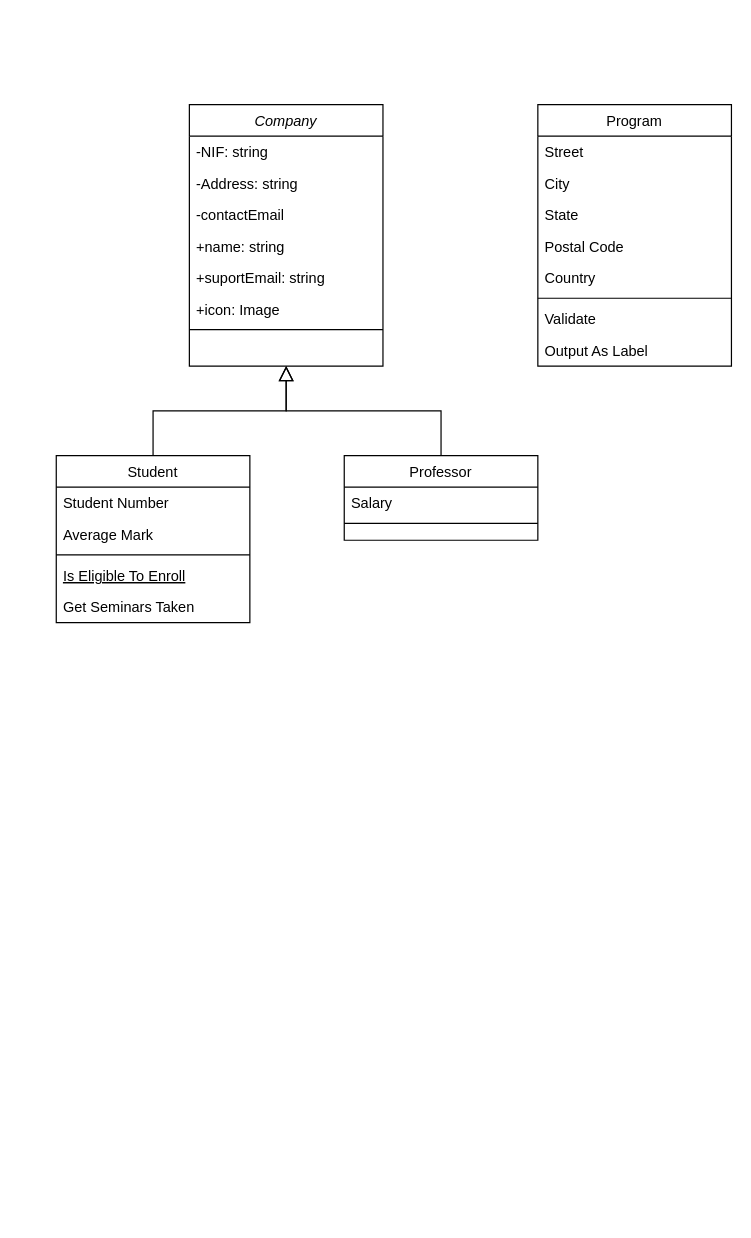
Above: M05 UF3 - P2 - Code to UML.drawio in sergilivo22/CodeToUML (draw.io), before the change. Source tidied: cells renumbered, new cells numbered last; positions are measured from the earlier drawing's top-left corner, leaving out a move shared by most shapes. Both pictures are drawn from the tidied source at 121%, with x=0, y=0 at pixel (56, 104).
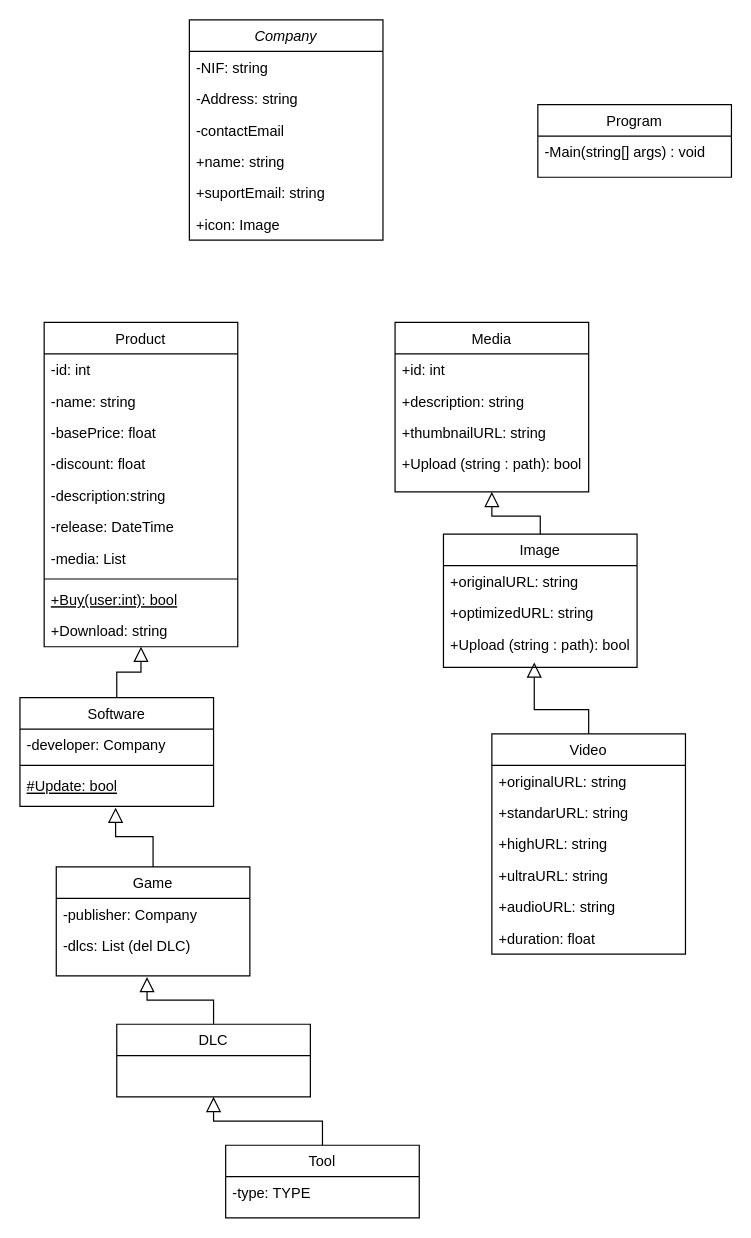
After the change.

What changed in the source:
```diff
@@
     <mxCell id="2" value="Company&#10;" style="swimlane;fontStyle=2;align=center;verticalAlign=top;horizontal=1;startSize=26;rounded=0;shadow=0;strokeWidth=1;" parent="1" vertex="1">
-      <mxGeometry x="110" width="160" height="216" as="geometry" />
+      <mxGeometry x="110" y="-70" width="160" height="182" as="geometry" />
     </mxCell>
@@
-    <mxCell id="9" style="line;html=1;strokeWidth=1;align=left;verticalAlign=middle;spacingTop=-1;spacingLeft=3;spacingRight=3;labelPosition=right;" parent="2" vertex="1">
-      <mxGeometry y="182" width="160" height="8" as="geometry" />
-    </mxCell>
-    <mxCell id="10" value="Student" style="swimlane;fontStyle=0;align=center;verticalAlign=top;horizontal=1;startSize=26;rounded=0;shadow=0;strokeWidth=1;" parent="1" vertex="1">
-      <mxGeometry y="290" width="160" height="138" as="geometry" />
+    <mxCell id="10" value="Product" style="swimlane;fontStyle=0;align=center;verticalAlign=top;horizontal=1;startSize=26;rounded=0;shadow=0;strokeWidth=1;" parent="1" vertex="1">
+      <mxGeometry x="-10" y="180" width="160" height="268" as="geometry" />
     </mxCell>
-    <mxCell id="11" value="Student Number" style="text;align=left;verticalAlign=top;spacingLeft=4;spacingRight=4;overflow=hidden;" parent="10" vertex="1">
+    <mxCell id="11" value="-id: int" style="text;align=left;verticalAlign=top;spacingLeft=4;spacingRight=4;overflow=hidden;" parent="10" vertex="1">
       <mxGeometry y="26" width="160" height="26" as="geometry" />
     </mxCell>
+    <mxCell id="30" value="-name: string" style="text;align=left;verticalAlign=top;spacingLeft=4;spacingRight=4;overflow=hidden;rounded=0;shadow=0;html=0;" parent="10" vertex="1">
+      <mxGeometry y="52" width="160" height="26" as="geometry" />
+    </mxCell>
+    <mxCell id="31" value="-basePrice: float" style="text;align=left;verticalAlign=top;spacingLeft=4;spacingRight=4;overflow=hidden;rounded=0;shadow=0;html=0;" parent="10" vertex="1">
+      <mxGeometry y="78" width="160" height="26" as="geometry" />
+    </mxCell>
+    <mxCell id="32" value="-discount: float" style="text;align=left;verticalAlign=top;spacingLeft=4;spacingRight=4;overflow=hidden;rounded=0;shadow=0;html=0;" parent="10" vertex="1">
+      <mxGeometry y="104" width="160" height="26" as="geometry" />
+    </mxCell>
+    <mxCell id="33" value="-description:string" style="text;align=left;verticalAlign=top;spacingLeft=4;spacingRight=4;overflow=hidden;rounded=0;shadow=0;html=0;" parent="10" vertex="1">
+      <mxGeometry y="130" width="160" height="26" as="geometry" />
+    </mxCell>
+    <mxCell id="34" value="-release: DateTime" style="text;align=left;verticalAlign=top;spacingLeft=4;spacingRight=4;overflow=hidden;rounded=0;shadow=0;html=0;" parent="10" vertex="1">
+      <mxGeometry y="156" width="160" height="26" as="geometry" />
+    </mxCell>
-    <mxCell id="12" value="Average Mark" style="text;align=left;verticalAlign=top;spacingLeft=4;spacingRight=4;overflow=hidden;rounded=0;shadow=0;html=0;" parent="10" vertex="1">
-      <mxGeometry y="52" width="160" height="26" as="geometry" />
+    <mxCell id="12" value="-media: List" style="text;align=left;verticalAlign=top;spacingLeft=4;spacingRight=4;overflow=hidden;rounded=0;shadow=0;html=0;" parent="10" vertex="1">
+      <mxGeometry y="182" width="160" height="26" as="geometry" />
     </mxCell>
     <mxCell id="13" style="line;html=1;strokeWidth=1;align=left;verticalAlign=middle;spacingTop=-1;spacingLeft=3;spacingRight=3;labelPosition=right;" parent="10" vertex="1">
-      <mxGeometry y="78" width="160" height="8" as="geometry" />
+      <mxGeometry y="208" width="160" height="8" as="geometry" />
     </mxCell>
-    <mxCell id="14" value="Is Eligible To Enroll" style="text;align=left;verticalAlign=top;spacingLeft=4;spacingRight=4;overflow=hidden;fontStyle=4;" parent="10" vertex="1">
-      <mxGeometry y="86" width="160" height="26" as="geometry" />
+    <mxCell id="14" value="+Buy(user:int): bool" style="text;align=left;verticalAlign=top;spacingLeft=4;spacingRight=4;overflow=hidden;fontStyle=4;" parent="10" vertex="1">
+      <mxGeometry y="216" width="160" height="26" as="geometry" />
     </mxCell>
-    <mxCell id="15" value="Get Seminars Taken" style="text;align=left;verticalAlign=top;spacingLeft=4;spacingRight=4;overflow=hidden;points=[[0,0.5],[1,0.5]];portConstraint=eastwest;" parent="10" vertex="1">
-      <mxGeometry y="112" width="160" height="26" as="geometry" />
+    <mxCell id="15" value="+Download: string" style="text;align=left;verticalAlign=top;spacingLeft=4;spacingRight=4;overflow=hidden;points=[[0,0.5],[1,0.5]];portConstraint=eastwest;" parent="10" vertex="1">
+      <mxGeometry y="242" width="160" height="26" as="geometry" />
     </mxCell>
-    <mxCell id="16" style="endArrow=block;endSize=10;endFill=0;shadow=0;strokeWidth=1;rounded=0;edgeStyle=elbowEdgeStyle;elbow=vertical;" parent="1" edge="1" source="10" target="2">
-      <mxGeometry relative="1" as="geometry" />
-    </mxCell>
-    <mxCell id="17" value="Professor" style="swimlane;fontStyle=0;align=center;verticalAlign=top;horizontal=1;startSize=26;rounded=0;shadow=0;strokeWidth=1;" parent="1" vertex="1">
-      <mxGeometry x="238" y="290" width="160" height="70" as="geometry" />
-    </mxCell>
-    <mxCell id="18" value="Salary" style="text;align=left;verticalAlign=top;spacingLeft=4;spacingRight=4;overflow=hidden;" parent="17" vertex="1">
-      <mxGeometry y="26" width="160" height="26" as="geometry" />
-    </mxCell>
-    <mxCell id="19" style="line;html=1;strokeWidth=1;align=left;verticalAlign=middle;spacingTop=-1;spacingLeft=3;spacingRight=3;labelPosition=right;" parent="17" vertex="1">
-      <mxGeometry y="52" width="160" height="8" as="geometry" />
-    </mxCell>
-    <mxCell id="20" style="endArrow=block;endSize=10;endFill=0;shadow=0;strokeWidth=1;rounded=0;edgeStyle=elbowEdgeStyle;elbow=vertical;" parent="1" edge="1" source="17" target="2">
-      <mxGeometry relative="1" as="geometry" />
-    </mxCell>
     <mxCell id="21" value="Program" style="swimlane;fontStyle=0;align=center;verticalAlign=top;horizontal=1;startSize=26;rounded=0;shadow=0;strokeWidth=1;" parent="1" vertex="1">
-      <mxGeometry x="398" width="160" height="216" as="geometry" />
+      <mxGeometry x="398" width="160" height="60" as="geometry" />
     </mxCell>
-    <mxCell id="22" value="Street" style="text;align=left;verticalAlign=top;spacingLeft=4;spacingRight=4;overflow=hidden;" parent="21" vertex="1">
+    <mxCell id="22" value="-Main(string[] args) : void" style="text;align=left;verticalAlign=top;spacingLeft=4;spacingRight=4;overflow=hidden;" parent="21" vertex="1">
       <mxGeometry y="26" width="160" height="26" as="geometry" />
     </mxCell>
-    <mxCell id="23" value="City" style="text;align=left;verticalAlign=top;spacingLeft=4;spacingRight=4;overflow=hidden;rounded=0;shadow=0;html=0;" parent="21" vertex="1">
-      <mxGeometry y="52" width="160" height="26" as="geometry" />
-    </mxCell>
-    <mxCell id="24" value="State" style="text;align=left;verticalAlign=top;spacingLeft=4;spacingRight=4;overflow=hidden;rounded=0;shadow=0;html=0;" parent="21" vertex="1">
-      <mxGeometry y="78" width="160" height="26" as="geometry" />
-    </mxCell>
-    <mxCell id="25" value="Postal Code" style="text;align=left;verticalAlign=top;spacingLeft=4;spacingRight=4;overflow=hidden;rounded=0;shadow=0;html=0;" parent="21" vertex="1">
-      <mxGeometry y="104" width="160" height="26" as="geometry" />
-    </mxCell>
-    <mxCell id="26" value="Country" style="text;align=left;verticalAlign=top;spacingLeft=4;spacingRight=4;overflow=hidden;rounded=0;shadow=0;html=0;" parent="21" vertex="1">
-      <mxGeometry y="130" width="160" height="26" as="geometry" />
-    </mxCell>
-    <mxCell id="27" style="line;html=1;strokeWidth=1;align=left;verticalAlign=middle;spacingTop=-1;spacingLeft=3;spacingRight=3;labelPosition=right;" parent="21" vertex="1">
-      <mxGeometry y="156" width="160" height="8" as="geometry" />
-    </mxCell>
-    <mxCell id="28" value="Validate" style="text;align=left;verticalAlign=top;spacingLeft=4;spacingRight=4;overflow=hidden;" parent="21" vertex="1">
-      <mxGeometry y="164" width="160" height="26" as="geometry" />
-    </mxCell>
-    <mxCell id="29" value="Output As Label" style="text;align=left;verticalAlign=top;spacingLeft=4;spacingRight=4;overflow=hidden;" parent="21" vertex="1">
-      <mxGeometry y="190" width="160" height="26" as="geometry" />
-    </mxCell>
+    <mxCell id="35" value="Software" style="swimlane;fontStyle=0;align=center;verticalAlign=top;horizontal=1;startSize=26;rounded=0;shadow=0;strokeWidth=1;" parent="1" vertex="1">
+      <mxGeometry x="-30" y="490" width="160" height="90" as="geometry" />
+    </mxCell>
+    <mxCell id="36" value="-developer: Company" style="text;align=left;verticalAlign=top;spacingLeft=4;spacingRight=4;overflow=hidden;" parent="35" vertex="1">
+      <mxGeometry y="26" width="160" height="26" as="geometry" />
+    </mxCell>
+    <mxCell id="19" style="line;html=1;strokeWidth=1;align=left;verticalAlign=middle;spacingTop=-1;spacingLeft=3;spacingRight=3;labelPosition=right;" parent="35" vertex="1">
+      <mxGeometry y="52" width="160" height="8" as="geometry" />
+    </mxCell>
+    <mxCell id="37" value="#Update: bool" style="text;align=left;verticalAlign=top;spacingLeft=4;spacingRight=4;overflow=hidden;points=[[0,0.5],[1,0.5]];portConstraint=eastwest;fontStyle=4;" parent="35" vertex="1">
+      <mxGeometry y="60" width="160" height="26" as="geometry" />
+    </mxCell>
+    <mxCell id="38" style="endArrow=block;endSize=10;endFill=0;shadow=0;strokeWidth=1;rounded=0;edgeStyle=elbowEdgeStyle;elbow=vertical;exitX=0.5;exitY=0;exitDx=0;exitDy=0;" parent="1" edge="1" source="35" target="15">
+      <mxGeometry relative="1" as="geometry" />
+    </mxCell>
+    <mxCell id="39" value="Game" style="swimlane;fontStyle=0;align=center;verticalAlign=top;horizontal=1;startSize=26;rounded=0;shadow=0;strokeWidth=1;" parent="1" vertex="1">
+      <mxGeometry y="630" width="160" height="90" as="geometry" />
+    </mxCell>
+    <mxCell id="40" value="-publisher: Company" style="text;align=left;verticalAlign=top;spacingLeft=4;spacingRight=4;overflow=hidden;" parent="39" vertex="1">
+      <mxGeometry y="26" width="160" height="26" as="geometry" />
+    </mxCell>
+    <mxCell id="41" value="-dlcs: List (del DLC)" style="text;align=left;verticalAlign=top;spacingLeft=4;spacingRight=4;overflow=hidden;points=[[0,0.5],[1,0.5]];portConstraint=eastwest;" parent="39" vertex="1">
+      <mxGeometry y="52" width="160" height="38" as="geometry" />
+    </mxCell>
+    <mxCell id="42" style="endArrow=block;endSize=10;endFill=0;shadow=0;strokeWidth=1;rounded=0;edgeStyle=elbowEdgeStyle;elbow=vertical;exitX=0.5;exitY=0;exitDx=0;exitDy=0;entryX=0.494;entryY=1.192;entryDx=0;entryDy=0;entryPerimeter=0;" parent="1" edge="1" source="39" target="37">
+      <mxGeometry relative="1" as="geometry" />
+    </mxCell>
+    <mxCell id="43" value="DLC" style="swimlane;fontStyle=0;align=center;verticalAlign=top;horizontal=1;startSize=26;rounded=0;shadow=0;strokeWidth=1;" parent="1" vertex="1">
+      <mxGeometry x="50" y="760" width="160" height="60" as="geometry" />
+    </mxCell>
+    <mxCell id="44" style="endArrow=block;endSize=10;endFill=0;shadow=0;strokeWidth=1;rounded=0;edgeStyle=elbowEdgeStyle;elbow=vertical;exitX=0.5;exitY=0;exitDx=0;exitDy=0;entryX=0.469;entryY=1.026;entryDx=0;entryDy=0;entryPerimeter=0;" parent="1" edge="1" source="43" target="41">
+      <mxGeometry relative="1" as="geometry" />
+    </mxCell>
+    <mxCell id="45" value="Tool" style="swimlane;fontStyle=0;align=center;verticalAlign=top;horizontal=1;startSize=26;rounded=0;shadow=0;strokeWidth=1;" parent="1" vertex="1">
+      <mxGeometry x="140" y="860" width="160" height="60" as="geometry" />
+    </mxCell>
+    <mxCell id="46" value="-type: TYPE" style="text;align=left;verticalAlign=top;spacingLeft=4;spacingRight=4;overflow=hidden;" parent="45" vertex="1">
+      <mxGeometry y="26" width="160" height="26" as="geometry" />
+    </mxCell>
+    <mxCell id="47" style="endArrow=block;endSize=10;endFill=0;shadow=0;strokeWidth=1;rounded=0;edgeStyle=elbowEdgeStyle;elbow=vertical;exitX=0.5;exitY=0;exitDx=0;exitDy=0;entryX=0.5;entryY=1;entryDx=0;entryDy=0;" parent="1" edge="1" source="45" target="43">
+      <mxGeometry relative="1" as="geometry" />
+    </mxCell>
+    <mxCell id="48" value="Media" style="swimlane;fontStyle=0;align=center;verticalAlign=top;horizontal=1;startSize=26;rounded=0;shadow=0;strokeWidth=1;" parent="1" vertex="1">
+      <mxGeometry x="280" y="180" width="160" height="140" as="geometry" />
+    </mxCell>
+    <mxCell id="49" value="+id: int" style="text;align=left;verticalAlign=top;spacingLeft=4;spacingRight=4;overflow=hidden;" parent="48" vertex="1">
+      <mxGeometry y="26" width="160" height="26" as="geometry" />
+    </mxCell>
+    <mxCell id="50" value="+description: string" style="text;align=left;verticalAlign=top;spacingLeft=4;spacingRight=4;overflow=hidden;rounded=0;shadow=0;html=0;" parent="48" vertex="1">
+      <mxGeometry y="52" width="160" height="26" as="geometry" />
+    </mxCell>
+    <mxCell id="51" value="+thumbnailURL: string" style="text;align=left;verticalAlign=top;spacingLeft=4;spacingRight=4;overflow=hidden;rounded=0;shadow=0;html=0;" parent="48" vertex="1">
+      <mxGeometry y="78" width="160" height="26" as="geometry" />
+    </mxCell>
+    <mxCell id="52" value="+Upload (string : path): bool" style="text;align=left;verticalAlign=top;spacingLeft=4;spacingRight=4;overflow=hidden;rounded=0;shadow=0;html=0;" parent="48" vertex="1">
+      <mxGeometry y="104" width="160" height="26" as="geometry" />
+    </mxCell>
+    <mxCell id="53" value="Image" style="swimlane;fontStyle=0;align=center;verticalAlign=top;horizontal=1;startSize=26;rounded=0;shadow=0;strokeWidth=1;" parent="1" vertex="1">
+      <mxGeometry x="320" y="355" width="160" height="110" as="geometry" />
+    </mxCell>
+    <mxCell id="54" value="+originalURL: string" style="text;align=left;verticalAlign=top;spacingLeft=4;spacingRight=4;overflow=hidden;" parent="53" vertex="1">
+      <mxGeometry y="26" width="160" height="26" as="geometry" />
+    </mxCell>
+    <mxCell id="55" value="+optimizedURL: string" style="text;align=left;verticalAlign=top;spacingLeft=4;spacingRight=4;overflow=hidden;rounded=0;shadow=0;html=0;" parent="53" vertex="1">
+      <mxGeometry y="52" width="160" height="26" as="geometry" />
+    </mxCell>
+    <mxCell id="56" value="+Upload (string : path): bool" style="text;align=left;verticalAlign=top;spacingLeft=4;spacingRight=4;overflow=hidden;points=[[0,0.5],[1,0.5]];portConstraint=eastwest;rounded=0;shadow=0;html=0;" parent="53" vertex="1">
+      <mxGeometry y="78" width="160" height="26" as="geometry" />
+    </mxCell>
+    <mxCell id="57" style="endArrow=block;endSize=10;endFill=0;shadow=0;strokeWidth=1;rounded=0;edgeStyle=elbowEdgeStyle;elbow=vertical;entryX=0.5;entryY=1;entryDx=0;entryDy=0;exitX=0.5;exitY=0;exitDx=0;exitDy=0;" parent="1" edge="1" source="53" target="48">
+      <mxGeometry relative="1" as="geometry">
+        <Array as="points">
+          <mxPoint x="400" y="340" />
+        </Array>
+      </mxGeometry>
+    </mxCell>
+    <mxCell id="58" value="Video" style="swimlane;fontStyle=0;align=center;verticalAlign=top;horizontal=1;startSize=26;rounded=0;shadow=0;strokeWidth=1;" parent="1" vertex="1">
+      <mxGeometry x="360" y="520" width="160" height="182" as="geometry" />
+    </mxCell>
+    <mxCell id="59" value="+originalURL: string" style="text;align=left;verticalAlign=top;spacingLeft=4;spacingRight=4;overflow=hidden;" parent="58" vertex="1">
+      <mxGeometry y="26" width="160" height="26" as="geometry" />
+    </mxCell>
+    <mxCell id="60" value="+standarURL: string" style="text;align=left;verticalAlign=top;spacingLeft=4;spacingRight=4;overflow=hidden;rounded=0;shadow=0;html=0;" parent="58" vertex="1">
+      <mxGeometry y="52" width="160" height="26" as="geometry" />
+    </mxCell>
+    <mxCell id="61" value="+highURL: string" style="text;align=left;verticalAlign=top;spacingLeft=4;spacingRight=4;overflow=hidden;rounded=0;shadow=0;html=0;" parent="58" vertex="1">
+      <mxGeometry y="78" width="160" height="26" as="geometry" />
+    </mxCell>
+    <mxCell id="62" value="+ultraURL: string" style="text;align=left;verticalAlign=top;spacingLeft=4;spacingRight=4;overflow=hidden;rounded=0;shadow=0;html=0;" parent="58" vertex="1">
+      <mxGeometry y="104" width="160" height="26" as="geometry" />
+    </mxCell>
+    <mxCell id="63" value="+audioURL: string" style="text;align=left;verticalAlign=top;spacingLeft=4;spacingRight=4;overflow=hidden;rounded=0;shadow=0;html=0;" parent="58" vertex="1">
+      <mxGeometry y="130" width="160" height="26" as="geometry" />
+    </mxCell>
+    <mxCell id="64" value="+duration: float" style="text;align=left;verticalAlign=top;spacingLeft=4;spacingRight=4;overflow=hidden;rounded=0;shadow=0;html=0;" parent="58" vertex="1">
+      <mxGeometry y="156" width="160" height="26" as="geometry" />
+    </mxCell>
+    <mxCell id="65" style="endArrow=block;endSize=10;endFill=0;shadow=0;strokeWidth=1;rounded=0;edgeStyle=elbowEdgeStyle;elbow=vertical;exitX=0.5;exitY=0;exitDx=0;exitDy=0;entryX=0.469;entryY=1.077;entryDx=0;entryDy=0;entryPerimeter=0;" parent="1" edge="1" source="58" target="56">
+      <mxGeometry relative="1" as="geometry">
+        <Array as="points">
+          <mxPoint x="460" y="500" />
+        </Array>
+      </mxGeometry>
+    </mxCell>
```
